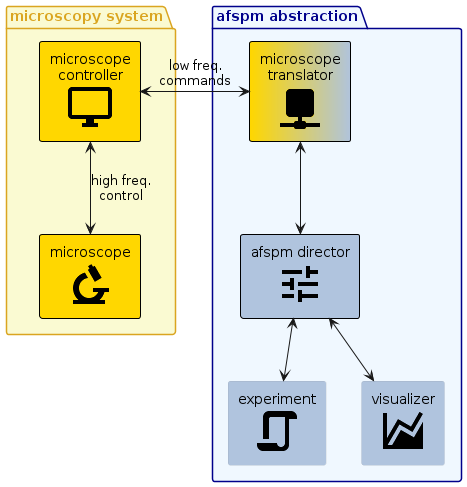
Above: docs/images/afspm_hl_diagram.png in nsulmol/afspm (PlantUML), before the change.
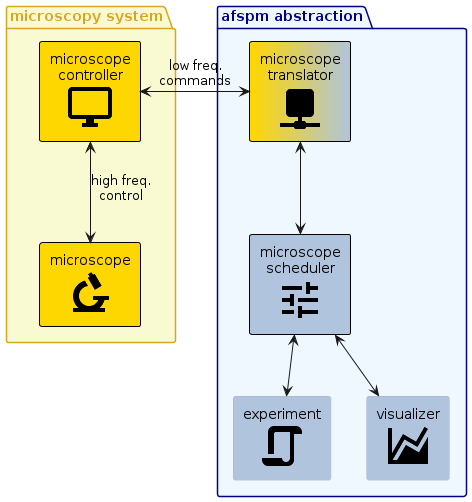
After the commit.

Commit message:
doc: afspm director -> microscope scheduler

Diff of the diagram source:
```diff
@@ -9,7 +9,7 @@
 
 package "afspm abstraction" <<groupinternal>> {
   component "microscope\ntranslator\n<$ma_network>" <<interface>> <<required>> as devcon
-  component "afspm director\n<$ma_tune>" <<internal>> <<required>> as afspmcon
+  component "microscope\nscheduler\n<$ma_tune>" <<internal>> <<required>> as afspmcon
 
   component "experiment\n<$ma_script>" <<internal>> as exp
   component "visualizer\n<$ma_chart_areaspline>" <<internal>> as viz
```
